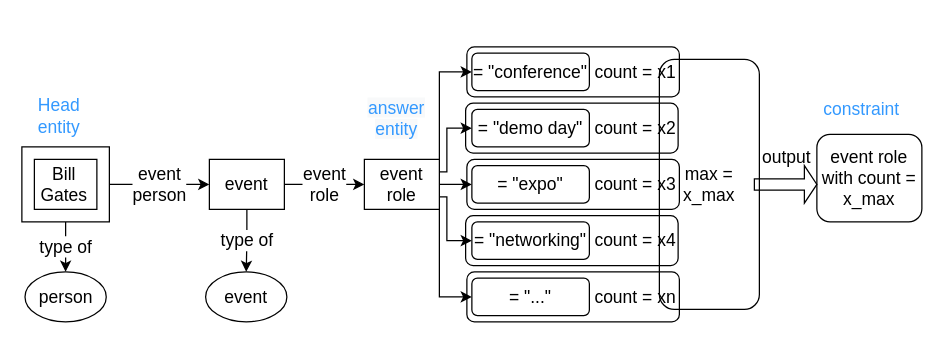
Earlier version of the draw.io diagram max_constraint.drawio (SilvesterYu/FinQA_Vis). Source tidied: cells renumbered, new cells numbered last; positions are measured from the earlier drawing's top-left corner, leaving out a move shared by most shapes. Both pictures are drawn from the tidied source at 125%, with x=0, y=0 at pixel (21, 46).
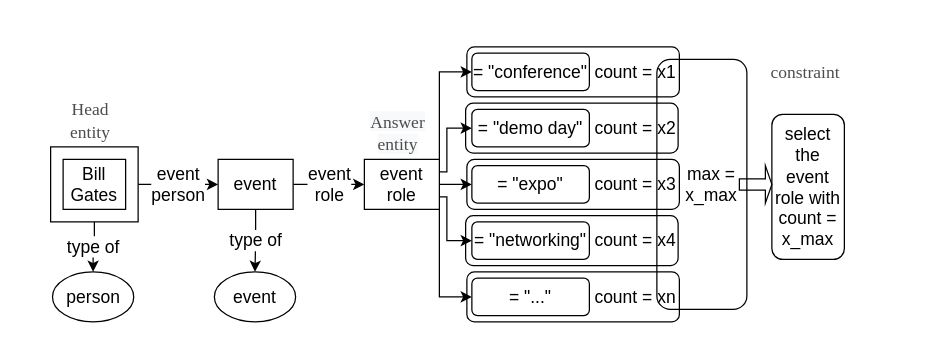
The same diagram, later.

What changed in the source:
```diff
@@
     <mxCell id="9" style="verticalLabelPosition=bottom;verticalAlign=top;html=1;shape=mxgraph.basic.frame;dx=10;whiteSpace=wrap;fontSize=14;fontColor=#000000;" parent="1" vertex="1">
-      <mxGeometry y="80" width="70" height="60" as="geometry" />
+      <mxGeometry x="23" y="80" width="70" height="60" as="geometry" />
     </mxCell>
     <mxCell id="10" value="Bill Gates" style="text;html=1;strokeColor=none;fillColor=none;align=center;verticalAlign=middle;whiteSpace=wrap;rounded=0;fontSize=14;fontColor=#000000;" parent="1" vertex="1">
-      <mxGeometry x="4" y="95" width="60" height="30" as="geometry" />
+      <mxGeometry x="28" y="95" width="60" height="30" as="geometry" />
     </mxCell>
     <mxCell id="11" value="person" style="ellipse;whiteSpace=wrap;html=1;fontSize=14;fontColor=#000000;" parent="1" vertex="1">
-      <mxGeometry x="2.5" y="180" width="65" height="40" as="geometry" />
+      <mxGeometry x="24.5" y="180" width="65" height="40" as="geometry" />
     </mxCell>
@@
     <mxCell id="14" value="event" style="rounded=0;whiteSpace=wrap;html=1;fontSize=14;fontColor=#000000;" parent="1" vertex="1">
-      <mxGeometry x="150" y="90" width="60" height="40" as="geometry" />
+      <mxGeometry x="157" y="90" width="60" height="40" as="geometry" />
     </mxCell>
     <mxCell id="15" value="event" style="ellipse;whiteSpace=wrap;html=1;fontSize=14;fontColor=#000000;" parent="1" vertex="1">
-      <mxGeometry x="147" y="180" width="65" height="40" as="geometry" />
+      <mxGeometry x="154" y="180" width="65" height="40" as="geometry" />
     </mxCell>
@@
-    <mxCell id="32" value="max =&lt;br&gt;x_max" style="rounded=1;whiteSpace=wrap;html=1;fontSize=14;fontColor=#000000;fillColor=none;" parent="1" vertex="1">
-      <mxGeometry x="510" y="10" width="80" height="200" as="geometry" />
+    <mxCell id="32" value="&amp;nbsp; &amp;nbsp; max =&lt;br&gt;&amp;nbsp; &amp;nbsp; x_max" style="rounded=1;whiteSpace=wrap;html=1;fontSize=14;fontColor=#000000;fillColor=none;" parent="1" vertex="1">
+      <mxGeometry x="508" y="10" width="72" height="200" as="geometry" />
     </mxCell>
     <mxCell id="33" style="shape=singleArrow;whiteSpace=wrap;html=1;fontSize=14;fontColor=#000000;fillColor=none;" parent="1" vertex="1">
-      <mxGeometry x="586" y="95" width="50" height="30" as="geometry" />
+      <mxGeometry x="574" y="95" width="26" height="30" as="geometry" />
     </mxCell>
-    <mxCell id="34" value="event role with count = x_max" style="rounded=1;whiteSpace=wrap;html=1;fontSize=14;fontColor=#000000;fillColor=none;" parent="1" vertex="1">
-      <mxGeometry x="636" y="70" width="84" height="70" as="geometry" />
+    <mxCell id="34" value="select the event role with count = x_max" style="rounded=1;whiteSpace=wrap;html=1;fontSize=14;fontColor=#000000;fillColor=none;" parent="1" vertex="1">
+      <mxGeometry x="600" y="54" width="58" height="116" as="geometry" />
     </mxCell>
-    <mxCell id="35" value="output" style="text;html=1;strokeColor=none;fillColor=none;align=center;verticalAlign=middle;whiteSpace=wrap;rounded=0;fontSize=14;fontColor=#000000;" parent="1" vertex="1">
-      <mxGeometry x="582" y="73" width="60" height="30" as="geometry" />
-    </mxCell>
-    <mxCell id="36" value="&lt;font color=&quot;#3399ff&quot;&gt;Head entity&lt;/font&gt;" style="text;html=1;strokeColor=none;fillColor=none;align=center;verticalAlign=middle;whiteSpace=wrap;rounded=0;fontSize=14;fontColor=#000000;" parent="1" vertex="1">
-      <mxGeometry y="40" width="60" height="30" as="geometry" />
+    <mxCell id="36" value="&lt;font face=&quot;Times New Roman&quot; color=&quot;#4d4d4d&quot;&gt;Head entity&lt;/font&gt;" style="text;html=1;strokeColor=none;fillColor=none;align=center;verticalAlign=middle;whiteSpace=wrap;rounded=0;fontSize=14;fontColor=#000000;" parent="1" vertex="1">
+      <mxGeometry x="24.5" y="44" width="60" height="30" as="geometry" />
     </mxCell>
-    <mxCell id="37" value="&#10;&lt;span style=&quot;color: rgb(51, 153, 255); font-family: Helvetica; font-size: 14px; font-style: normal; font-variant-ligatures: normal; font-variant-caps: normal; font-weight: 400; letter-spacing: normal; orphans: 2; text-align: center; text-indent: 0px; text-transform: none; widows: 2; word-spacing: 0px; -webkit-text-stroke-width: 0px; background-color: rgb(248, 249, 250); text-decoration-thickness: initial; text-decoration-style: initial; text-decoration-color: initial; float: none; display: inline !important;&quot;&gt;answer entity&lt;/span&gt;&#10;&#10;" style="text;html=1;strokeColor=none;fillColor=none;align=center;verticalAlign=middle;whiteSpace=wrap;rounded=0;fontSize=14;fontColor=#000000;" parent="1" vertex="1">
-      <mxGeometry x="270" y="51" width="60" height="30" as="geometry" />
+    <mxCell id="37" value="&lt;font color=&quot;#4d4d4d&quot;&gt;&lt;span style=&quot;font-size: 14px; font-style: normal; font-variant-ligatures: normal; font-variant-caps: normal; font-weight: 400; letter-spacing: normal; orphans: 2; text-align: center; text-indent: 0px; text-transform: none; widows: 2; word-spacing: 0px; -webkit-text-stroke-width: 0px; background-color: rgb(248, 249, 250); text-decoration-thickness: initial; text-decoration-style: initial; text-decoration-color: initial; float: none; display: inline !important;&quot;&gt;&lt;font face=&quot;Times New Roman&quot;&gt;Answer entity&lt;/font&gt;&lt;/span&gt;&lt;br&gt;&lt;/font&gt;" style="text;html=1;strokeColor=none;fillColor=none;align=center;verticalAlign=middle;whiteSpace=wrap;rounded=0;fontSize=14;fontColor=#000000;" parent="1" vertex="1">
+      <mxGeometry x="271" y="54" width="60" height="30" as="geometry" />
     </mxCell>
-    <mxCell id="38" value="constraint" style="text;html=1;strokeColor=none;fillColor=none;align=center;verticalAlign=middle;whiteSpace=wrap;rounded=0;fontSize=14;fontColor=#3399FF;" parent="1" vertex="1">
-      <mxGeometry x="642" y="10" width="60" height="80" as="geometry" />
+    <mxCell id="38" value="&lt;font color=&quot;#4d4d4d&quot; face=&quot;Times New Roman&quot;&gt;constraint&lt;/font&gt;" style="text;html=1;strokeColor=none;fillColor=none;align=center;verticalAlign=middle;whiteSpace=wrap;rounded=0;fontSize=14;fontColor=#3399FF;" parent="1" vertex="1">
+      <mxGeometry x="597" y="-20" width="60" height="80" as="geometry" />
     </mxCell>
```
